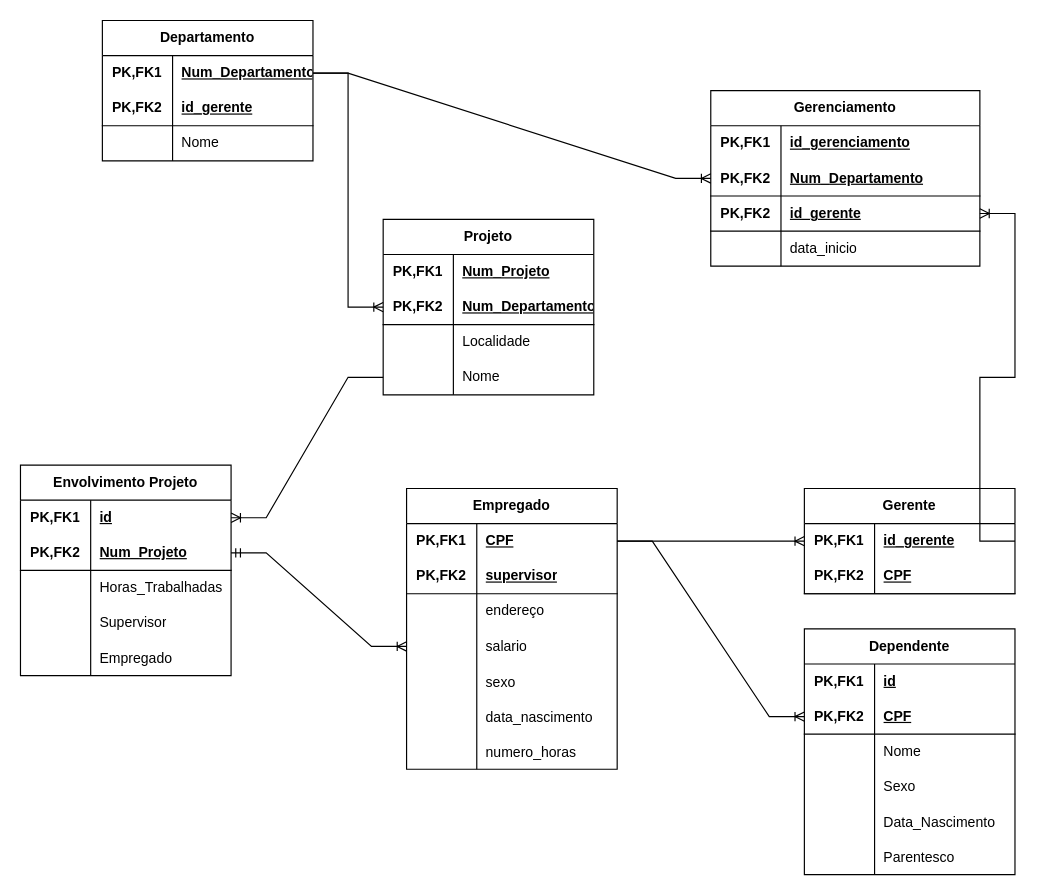
This is Diagrama sem nome.drawio from GoldenBoyLab/Banco_Dados, a draw.io file, before an edit. Source tidied: cells renumbered, new cells numbered last; positions are measured from the earlier drawing's top-left corner, leaving out a move shared by most shapes. Both pictures are drawn from the tidied source at 117%, with x=0, y=0 at pixel (20, 20).
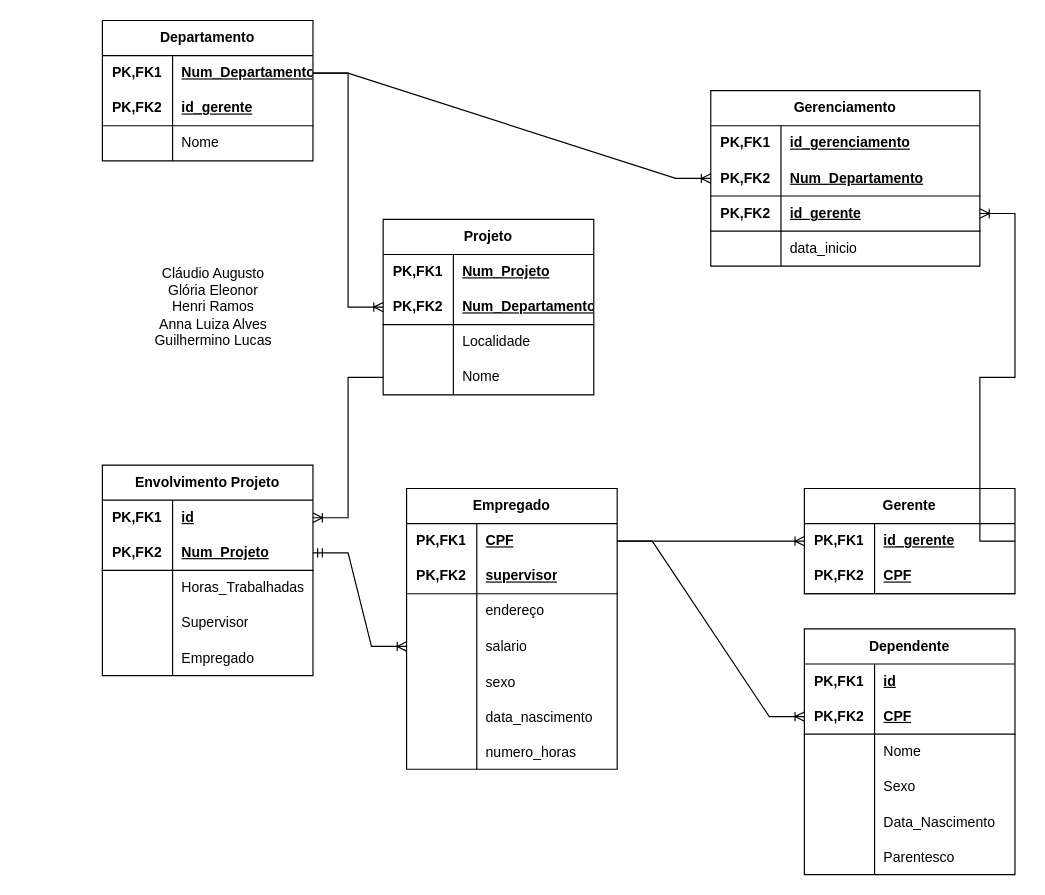
Above is the later version.

Change to the diagram source:
```diff
@@
     <mxCell id="24" value="Envolvimento Projeto" style="shape=table;startSize=30;childLayout=tableLayout;rowLines=0;fontStyle=1;align=center;html=1;whiteSpace=wrap;" parent="1" vertex="1">
-      <mxGeometry y="380" width="180" height="180" as="geometry" />
+      <mxGeometry x="70" y="380" width="180" height="180" as="geometry" />
     </mxCell>
@@
+    <mxCell id="109" value="Cláudio Augusto&lt;br&gt;Glória Eleonor&lt;br&gt;Henri Ramos&lt;br&gt;Anna Luiza Alves&lt;br&gt;Guilhermino Lucas" style="text;html=1;align=center;verticalAlign=middle;whiteSpace=wrap;rounded=0;" parent="1" vertex="1">
+      <mxGeometry x="60" y="180" width="210" height="130" as="geometry" />
+    </mxCell>
```
